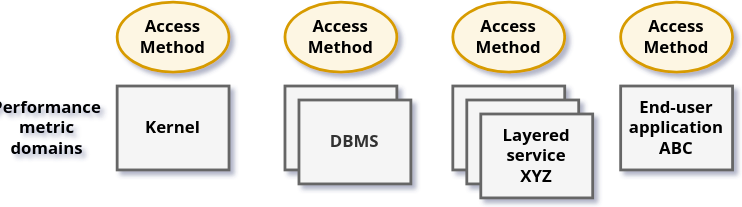
Above: images/metric-domains.svg in performancecopilot/pcp (draw.io), before the change. Source tidied: cells renumbered, new cells last; positions are measured from the earlier drawing's top-left corner, leaving out a move shared by most shapes.
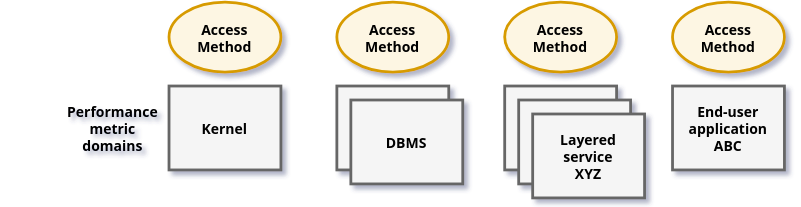
Later version of the same file.

The edit, as a diff of the source:
```diff
@@ -2,65 +2,65 @@
   <root>
     <mxCell id="0" />
     <mxCell id="1" parent="0" />
-    <mxCell id="2" style="ellipse;whiteSpace=wrap;html=1;strokeWidth=2;perimeterSpacing=0;fontStyle=1;fontFamily=Sans;fillColor=#FDF6E3;strokeColor=#D79B00;" parent="1" vertex="1">
+    <mxCell id="2" style="ellipse;whiteSpace=wrap;html=1;strokeWidth=2;perimeterSpacing=0;fontStyle=1;fontFamily=Sans;fillColor=#FDF6E3;strokeColor=#D79B00;fontSize=10;" parent="1" vertex="1">
       <mxGeometry x="70" width="80" height="50" as="geometry" />
     </mxCell>
-    <mxCell id="3" style="ellipse;whiteSpace=wrap;html=1;strokeWidth=2;perimeterSpacing=0;fontStyle=1;fontFamily=Sans;fillColor=#FDF6E3;strokeColor=#D79B00;" parent="1" vertex="1">
+    <mxCell id="3" style="ellipse;whiteSpace=wrap;html=1;strokeWidth=2;perimeterSpacing=0;fontStyle=1;fontFamily=Sans;fillColor=#FDF6E3;strokeColor=#D79B00;fontSize=10;" parent="1" vertex="1">
       <mxGeometry x="190" width="80" height="50" as="geometry" />
     </mxCell>
-    <mxCell id="4" style="ellipse;whiteSpace=wrap;html=1;strokeWidth=2;perimeterSpacing=0;fontStyle=1;fontFamily=Sans;fillColor=#FDF6E3;strokeColor=#D79B00;" parent="1" vertex="1">
+    <mxCell id="4" style="ellipse;whiteSpace=wrap;html=1;strokeWidth=2;perimeterSpacing=0;fontStyle=1;fontFamily=Sans;fillColor=#FDF6E3;strokeColor=#D79B00;fontSize=10;" parent="1" vertex="1">
       <mxGeometry x="310" width="80" height="50" as="geometry" />
     </mxCell>
-    <mxCell id="5" style="ellipse;whiteSpace=wrap;html=1;strokeWidth=2;perimeterSpacing=0;fontStyle=1;shadow=0;fontFamily=Sans;fillColor=#FDF6E3;strokeColor=#D79B00;" parent="1" vertex="1">
+    <mxCell id="5" style="ellipse;whiteSpace=wrap;html=1;strokeWidth=2;perimeterSpacing=0;fontStyle=1;shadow=0;fontFamily=Sans;fillColor=#FDF6E3;strokeColor=#D79B00;fontSize=10;" parent="1" vertex="1">
       <mxGeometry x="430" width="80" height="50" as="geometry" />
     </mxCell>
-    <mxCell id="6" style="rounded=0;whiteSpace=wrap;html=1;strokeWidth=2;perimeterSpacing=0;fontStyle=1;fillColor=#f5f5f5;strokeColor=#666666;fontColor=#333333;fontFamily=Sans;" parent="1" vertex="1">
+    <mxCell id="6" style="rounded=0;whiteSpace=wrap;html=1;strokeWidth=2;perimeterSpacing=0;fontStyle=1;fillColor=#f5f5f5;strokeColor=#666666;fontColor=#333333;fontFamily=Sans;fontSize=10;" parent="1" vertex="1">
       <mxGeometry x="70" y="60" width="80" height="60" as="geometry" />
     </mxCell>
-    <mxCell id="7" style="rounded=0;whiteSpace=wrap;html=1;gradientDirection=south;strokeWidth=2;perimeterSpacing=0;fontStyle=1;fillColor=#f5f5f5;strokeColor=#666666;fontColor=#333333;fontFamily=Sans;" parent="1" vertex="1">
+    <mxCell id="7" style="rounded=0;whiteSpace=wrap;html=1;gradientDirection=south;strokeWidth=2;perimeterSpacing=0;fontStyle=1;fillColor=#f5f5f5;strokeColor=#666666;fontColor=#333333;fontFamily=Sans;fontSize=10;" parent="1" vertex="1">
       <mxGeometry x="310" y="60" width="80" height="60" as="geometry" />
     </mxCell>
-    <mxCell id="8" style="rounded=0;whiteSpace=wrap;html=1;strokeWidth=2;perimeterSpacing=0;fontStyle=1;fillColor=#f5f5f5;strokeColor=#666666;fontColor=#333333;fontFamily=Sans;" parent="1" vertex="1">
+    <mxCell id="8" style="rounded=0;whiteSpace=wrap;html=1;strokeWidth=2;perimeterSpacing=0;fontStyle=1;fillColor=#f5f5f5;strokeColor=#666666;fontColor=#333333;fontFamily=Sans;fontSize=10;" parent="1" vertex="1">
       <mxGeometry x="190" y="60" width="80" height="60" as="geometry" />
     </mxCell>
-    <mxCell id="9" style="rounded=0;whiteSpace=wrap;html=1;strokeWidth=2;perimeterSpacing=0;fontStyle=1;fillColor=#f5f5f5;strokeColor=#666666;fontColor=#333333;fontFamily=Sans;" parent="1" vertex="1">
+    <mxCell id="9" style="rounded=0;whiteSpace=wrap;html=1;strokeWidth=2;perimeterSpacing=0;fontStyle=1;fillColor=#f5f5f5;strokeColor=#666666;fontColor=#333333;fontFamily=Sans;fontSize=10;" parent="1" vertex="1">
       <mxGeometry x="320" y="70" width="80" height="60" as="geometry" />
     </mxCell>
-    <mxCell id="10" style="rounded=0;whiteSpace=wrap;html=1;strokeWidth=2;perimeterSpacing=0;fontStyle=1;fillColor=#f5f5f5;strokeColor=#666666;fontColor=#333333;fontFamily=Sans;" parent="1" vertex="1">
+    <mxCell id="10" style="rounded=0;whiteSpace=wrap;html=1;strokeWidth=2;perimeterSpacing=0;fontStyle=1;fillColor=#f5f5f5;strokeColor=#666666;fontColor=#333333;fontFamily=Sans;fontSize=10;" parent="1" vertex="1">
       <mxGeometry x="430" y="60" width="80" height="60" as="geometry" />
     </mxCell>
-    <mxCell id="11" style="rounded=0;whiteSpace=wrap;html=1;strokeWidth=2;perimeterSpacing=0;fontStyle=1;fillColor=#f5f5f5;strokeColor=#666666;fontColor=#333333;fontFamily=Sans;" parent="1" vertex="1">
+    <mxCell id="11" style="rounded=0;whiteSpace=wrap;html=1;strokeWidth=2;perimeterSpacing=0;fontStyle=1;fillColor=#f5f5f5;strokeColor=#666666;fontColor=#333333;fontFamily=Sans;fontSize=10;" parent="1" vertex="1">
       <mxGeometry x="330" y="80" width="80" height="60" as="geometry" />
     </mxCell>
-    <mxCell id="12" style="rounded=0;whiteSpace=wrap;html=1;strokeWidth=2;perimeterSpacing=0;fontStyle=1;fillColor=#f5f5f5;strokeColor=#666666;fontColor=#333333;fontFamily=Sans;" parent="1" vertex="1">
+    <mxCell id="12" style="rounded=0;whiteSpace=wrap;html=1;strokeWidth=2;perimeterSpacing=0;fontStyle=1;fillColor=#f5f5f5;strokeColor=#666666;fontColor=#333333;fontFamily=Sans;fontSize=10;" parent="1" vertex="1">
       <mxGeometry x="200" y="70" width="80" height="60" as="geometry" />
     </mxCell>
-    <mxCell id="13" value="Access Method" style="text;html=1;strokeColor=none;fillColor=none;align=center;verticalAlign=middle;whiteSpace=wrap;rounded=0;strokeWidth=1;fontStyle=1;fontFamily=Sans;" parent="1" vertex="1">
-      <mxGeometry x="90" y="15" width="40" height="20" as="geometry" />
+    <mxCell id="13" value="Access Method" style="text;html=1;strokeColor=none;fillColor=none;align=center;verticalAlign=middle;whiteSpace=wrap;rounded=0;strokeWidth=1;fontStyle=1;fontFamily=Sans;fontSize=10;" parent="1" vertex="1">
+      <mxGeometry x="80" y="7.5" width="60" height="35" as="geometry" />
     </mxCell>
-    <mxCell id="14" value="Access Method" style="text;html=1;strokeColor=none;fillColor=none;align=center;verticalAlign=middle;whiteSpace=wrap;rounded=0;strokeWidth=1;fontStyle=1;fontFamily=Sans;" parent="1" vertex="1">
-      <mxGeometry x="210" y="15" width="40" height="20" as="geometry" />
-    </mxCell>
-    <mxCell id="15" value="Access Method" style="text;html=1;strokeColor=none;fillColor=none;align=center;verticalAlign=middle;whiteSpace=wrap;rounded=0;strokeWidth=1;fontStyle=1;fontFamily=Sans;" parent="1" vertex="1">
-      <mxGeometry x="450" y="15" width="40" height="20" as="geometry" />
-    </mxCell>
-    <mxCell id="16" value="Access Method" style="text;html=1;strokeColor=none;fillColor=none;align=center;verticalAlign=middle;whiteSpace=wrap;rounded=0;strokeWidth=1;fontStyle=1;fontFamily=Sans;" parent="1" vertex="1">
-      <mxGeometry x="330" y="15" width="40" height="20" as="geometry" />
-    </mxCell>
-    <mxCell id="17" value="Kernel" style="text;html=1;strokeColor=none;fillColor=none;align=center;verticalAlign=middle;whiteSpace=wrap;rounded=0;shadow=0;labelBackgroundColor=none;fontStyle=1;fontFamily=Sans;" parent="1" vertex="1">
+    <mxCell id="17" value="Kernel" style="text;html=1;strokeColor=none;fillColor=none;align=center;verticalAlign=middle;whiteSpace=wrap;rounded=0;shadow=0;labelBackgroundColor=none;fontStyle=1;fontFamily=Sans;fontSize=10;" parent="1" vertex="1">
       <mxGeometry x="90" y="80" width="40" height="20" as="geometry" />
     </mxCell>
-    <mxCell id="18" value="&lt;span style=&quot;color: rgb(51 , 51 , 51) ; font-weight: 700&quot;&gt;DBMS&lt;/span&gt;" style="text;html=1;strokeColor=none;fillColor=none;align=center;verticalAlign=middle;whiteSpace=wrap;rounded=0;shadow=0;labelBackgroundColor=none;fontFamily=Sans;" parent="1" vertex="1">
+    <mxCell id="18" value="&lt;span style=&quot;font-size: 10px;&quot;&gt;DBMS&lt;/span&gt;" style="text;html=1;strokeColor=none;fillColor=none;align=center;verticalAlign=middle;whiteSpace=wrap;rounded=0;shadow=0;labelBackgroundColor=none;fontFamily=Sans;fontSize=10;fontStyle=1;" parent="1" vertex="1">
       <mxGeometry x="220" y="90" width="40" height="20" as="geometry" />
     </mxCell>
-    <mxCell id="19" value="Layered&lt;br&gt;service&lt;br&gt;XYZ" style="text;html=1;strokeColor=none;fillColor=none;align=center;verticalAlign=middle;whiteSpace=wrap;rounded=0;shadow=0;labelBackgroundColor=none;fontStyle=1;fontFamily=Sans;" parent="1" vertex="1">
-      <mxGeometry x="350" y="100" width="40" height="20" as="geometry" />
+    <mxCell id="19" value="Layered&lt;br style=&quot;font-size: 10px;&quot;&gt;service&lt;br style=&quot;font-size: 10px;&quot;&gt;XYZ" style="text;html=1;strokeColor=none;fillColor=none;align=center;verticalAlign=middle;whiteSpace=wrap;rounded=0;shadow=0;labelBackgroundColor=none;fontStyle=1;fontFamily=Sans;fontSize=10;" parent="1" vertex="1">
+      <mxGeometry x="335" y="80" width="70" height="60" as="geometry" />
     </mxCell>
-    <mxCell id="20" value="End-user&lt;br&gt;application&lt;br&gt;ABC" style="text;html=1;strokeColor=none;fillColor=none;align=center;verticalAlign=middle;whiteSpace=wrap;rounded=0;shadow=0;labelBackgroundColor=none;fontStyle=1;fontFamily=Sans;" parent="1" vertex="1">
-      <mxGeometry x="450" y="80" width="40" height="20" as="geometry" />
+    <mxCell id="20" value="End-user&lt;br&gt;application&lt;br&gt;ABC" style="text;html=1;strokeColor=none;fillColor=none;align=center;verticalAlign=middle;whiteSpace=wrap;rounded=0;shadow=0;labelBackgroundColor=none;fontStyle=1;fontFamily=Sans;fontSize=10;" parent="1" vertex="1">
+      <mxGeometry x="425" y="60" width="90" height="60" as="geometry" />
     </mxCell>
-    <mxCell id="21" value="Performance&lt;br&gt;metric&lt;br&gt;domains" style="text;html=1;strokeColor=none;fillColor=none;align=center;verticalAlign=middle;whiteSpace=wrap;rounded=0;shadow=0;labelBackgroundColor=none;fontStyle=1;fontFamily=Sans;" parent="1" vertex="1">
-      <mxGeometry y="80" width="40" height="20" as="geometry" />
+    <mxCell id="21" value="Performance&lt;br&gt;metric&lt;br&gt;domains" style="text;html=1;strokeColor=none;fillColor=none;align=center;verticalAlign=middle;whiteSpace=wrap;rounded=0;shadow=0;labelBackgroundColor=none;fontStyle=1;fontFamily=Sans;fontSize=10;" parent="1" vertex="1">
+      <mxGeometry x="-50" y="53.1" width="160" height="73.8" as="geometry" />
     </mxCell>
+    <mxCell id="22" value="Access Method" style="text;html=1;strokeColor=none;fillColor=none;align=center;verticalAlign=middle;whiteSpace=wrap;rounded=0;strokeWidth=1;fontStyle=1;fontFamily=Sans;fontSize=10;" parent="1" vertex="1">
+      <mxGeometry x="200" y="7.5" width="60" height="35" as="geometry" />
+    </mxCell>
+    <mxCell id="23" value="Access Method" style="text;html=1;strokeColor=none;fillColor=none;align=center;verticalAlign=middle;whiteSpace=wrap;rounded=0;strokeWidth=1;fontStyle=1;fontFamily=Sans;fontSize=10;" parent="1" vertex="1">
+      <mxGeometry x="320" y="7.5" width="60" height="35" as="geometry" />
+    </mxCell>
+    <mxCell id="24" value="Access Method" style="text;html=1;strokeColor=none;fillColor=none;align=center;verticalAlign=middle;whiteSpace=wrap;rounded=0;strokeWidth=1;fontStyle=1;fontFamily=Sans;fontSize=10;" parent="1" vertex="1">
+      <mxGeometry x="440" y="7.5" width="60" height="35" as="geometry" />
+    </mxCell>
   </root>
 </mxGraphModel>
```
